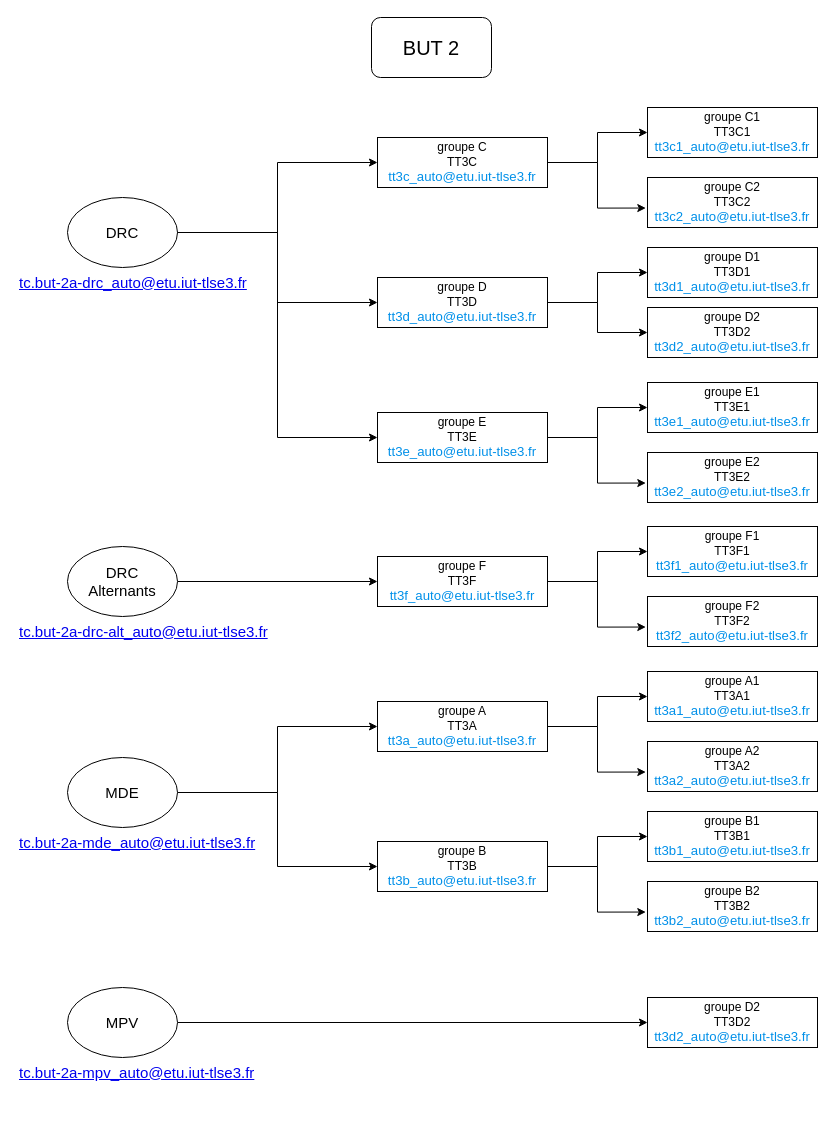
Earlier version of the draw.io diagram BUT2.drawio (gI7DUmmY/diagrams). Source tidied: cells renumbered, new cells numbered last; positions are measured from the earlier drawing's top-left corner, leaving out a move shared by most shapes. Both pictures are drawn from the tidied source at 100%, with x=0, y=0 at pixel (17, 17).
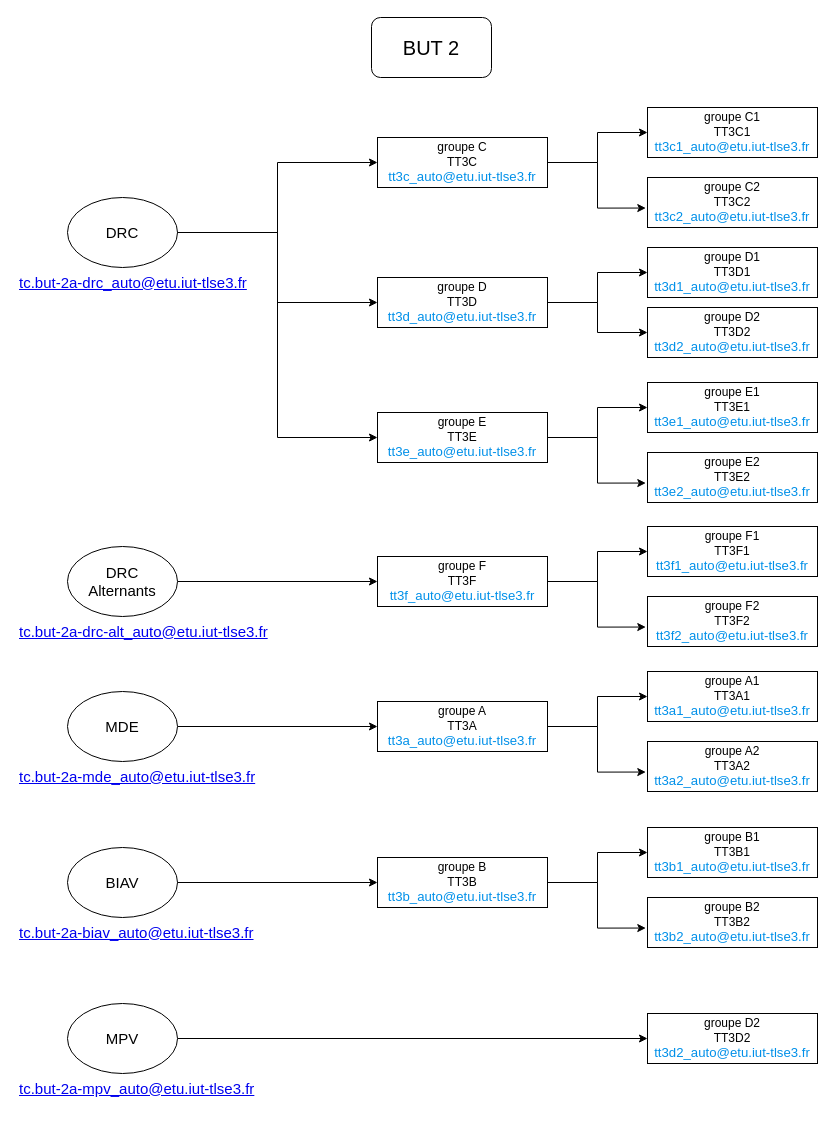
Above is the later version.

Commit message:
Mettre à jour BUT2.drawio

The edit, as a diff of the source:
```diff
@@
-    <mxCell id="9" style="edgeStyle=orthogonalEdgeStyle;rounded=0;jettySize=auto;html=1;exitX=1;exitY=0.5;exitDx=0;exitDy=0;entryX=0;entryY=0.5;entryDx=0;entryDy=0;" parent="1" edge="1" source="10" target="40">
-      <mxGeometry relative="1" as="geometry" />
-    </mxCell>
-    <mxCell id="10" value="MDE" style="ellipse;whiteSpace=wrap;html=1;fontSize=15;" parent="1" vertex="1">
-      <mxGeometry x="50" y="740" width="110" height="70" as="geometry" />
-    </mxCell>
@@
-    <mxCell id="12" value="&lt;a href=&quot;mailto:tc.but-2a-mde_auto@etu.iut-tlse3.fr&quot;&gt;tc.but-2a-mde_auto@etu.iut-tlse3.fr&lt;/a&gt;" style="text;html=1;strokeColor=none;fillColor=none;align=left;verticalAlign=middle;whiteSpace=wrap;rounded=0;fontSize=15;fontColor=#055AB2;" parent="1" vertex="1">
-      <mxGeometry y="810" width="250" height="30" as="geometry" />
-    </mxCell>
@@
     <mxCell id="40" value="groupe B&lt;br style=&quot;border-color: var(--border-color);&quot;&gt;TT3B&lt;br style=&quot;border-color: var(--border-color);&quot;&gt;&lt;a style=&quot;border: 0px; box-sizing: inherit; font-family: Raleway, sans-serif; font-size: 1.1em; background-color: rgb(255, 255, 255); line-height: inherit; color: rgb(0, 144, 233); text-decoration-line: none; cursor: pointer; margin: 0px; padding: 0px; text-size-adjust: 100%; font-variant-numeric: inherit; font-variant-east-asian: inherit; font-variant-alternates: inherit; font-variant-position: inherit; font-stretch: inherit; font-optical-sizing: inherit; font-kerning: inherit; font-feature-settings: inherit; font-variation-settings: inherit; vertical-align: baseline; transition: background-color 300ms ease-out 0s; -webkit-tap-highlight-color: rgba(0, 0, 0, 0); text-align: left;&quot; href=&quot;mailto:tt3b_auto@etu.iut-tlse3.fr&quot;&gt;tt3b_auto@etu.iut-tlse3.fr&lt;/a&gt;" style="rounded=0;whiteSpace=wrap;html=1;fillStyle=hatch;fillColor=none;" parent="1" vertex="1">
-      <mxGeometry x="360" y="824" width="170" height="50" as="geometry" />
+      <mxGeometry x="360" y="840" width="170" height="50" as="geometry" />
     </mxCell>
     <mxCell id="41" value="groupe B1&lt;br style=&quot;border-color: var(--border-color);&quot;&gt;TT3B1&lt;br style=&quot;border-color: var(--border-color);&quot;&gt;&lt;a href=&quot;mailto:tt3b1_auto@etu.iut-tlse3.fr&quot; style=&quot;box-sizing: inherit; font-family: Raleway, sans-serif; font-size: 1.1em; background-color: rgb(255, 255, 255); line-height: inherit; color: rgb(0, 144, 233); text-decoration-line: none; cursor: pointer; margin: 0px; padding: 0px; border: 0px; text-size-adjust: 100%; font-variant-numeric: inherit; font-variant-east-asian: inherit; font-variant-alternates: inherit; font-variant-position: inherit; font-stretch: inherit; font-optical-sizing: inherit; font-kerning: inherit; font-feature-settings: inherit; font-variation-settings: inherit; vertical-align: baseline; transition: background-color 300ms ease-out 0s; -webkit-tap-highlight-color: rgba(0, 0, 0, 0); text-align: left;&quot;&gt;tt3b1_auto@etu.iut-tlse3.fr&lt;/a&gt;" style="rounded=0;whiteSpace=wrap;html=1;" parent="1" vertex="1">
-      <mxGeometry x="630" y="794" width="170" height="50" as="geometry" />
+      <mxGeometry x="630" y="810" width="170" height="50" as="geometry" />
     </mxCell>
     <mxCell id="42" value="groupe B2&lt;br style=&quot;border-color: var(--border-color);&quot;&gt;TT3B2&lt;br style=&quot;border-color: var(--border-color);&quot;&gt;&lt;a style=&quot;box-sizing: inherit; font-family: Raleway, sans-serif; font-size: 1.1em; background-color: rgb(255, 255, 255); line-height: inherit; color: rgb(0, 144, 233); text-decoration-line: none; cursor: pointer; margin: 0px; padding: 0px; border: 0px; text-size-adjust: 100%; font-variant-numeric: inherit; font-variant-east-asian: inherit; font-variant-alternates: inherit; font-variant-position: inherit; font-stretch: inherit; font-optical-sizing: inherit; font-kerning: inherit; font-feature-settings: inherit; font-variation-settings: inherit; vertical-align: baseline; transition: background-color 300ms ease-out 0s; -webkit-tap-highlight-color: rgba(0, 0, 0, 0); text-align: left;&quot; href=&quot;mailto:tt3b2_auto@etu.iut-tlse3.fr&quot;&gt;tt3b2_auto@etu.iut-tlse3.fr&lt;/a&gt;" style="rounded=0;whiteSpace=wrap;html=1;" parent="1" vertex="1">
-      <mxGeometry x="630" y="864" width="170" height="50" as="geometry" />
+      <mxGeometry x="630" y="880" width="170" height="50" as="geometry" />
     </mxCell>
@@
+    <mxCell id="48" value="groupe D2&lt;br style=&quot;border-color: var(--border-color);&quot;&gt;TT3D2&lt;br style=&quot;border-color: var(--border-color);&quot;&gt;&lt;a style=&quot;box-sizing: inherit; font-family: Raleway, sans-serif; font-size: 1.1em; background-color: rgb(255, 255, 255); line-height: inherit; color: rgb(0, 144, 233); text-decoration-line: none; cursor: pointer; margin: 0px; padding: 0px; border: 0px; text-size-adjust: 100%; font-variant-numeric: inherit; font-variant-east-asian: inherit; font-variant-alternates: inherit; font-variant-position: inherit; font-stretch: inherit; font-optical-sizing: inherit; font-kerning: inherit; font-feature-settings: inherit; font-variation-settings: inherit; vertical-align: baseline; transition: background-color 300ms ease-out 0s; -webkit-tap-highlight-color: rgba(0, 0, 0, 0); text-align: left;&quot; href=&quot;mailto:tt3d2_auto@etu.iut-tlse3.fr&quot;&gt;tt3d2_auto@etu.iut-tlse3.fr&lt;/a&gt;" style="rounded=0;whiteSpace=wrap;html=1;fillStyle=hatch;fillColor=none;" parent="1" vertex="1">
+      <mxGeometry x="630" y="290" width="170" height="50" as="geometry" />
+    </mxCell>
+    <mxCell id="49" style="group;" parent="1" vertex="1">
+      <mxGeometry y="986" width="800" height="100" as="geometry" />
+    </mxCell>
-    <mxCell id="44" style="edgeStyle=orthogonalEdgeStyle;rounded=0;jettySize=auto;html=1;exitX=1;exitY=0.5;exitDx=0;exitDy=0;entryX=0;entryY=0.5;entryDx=0;entryDy=0;" parent="1" edge="1" source="45" target="47">
+    <mxCell id="44" style="edgeStyle=orthogonalEdgeStyle;rounded=0;jettySize=auto;html=1;exitX=1;exitY=0.5;exitDx=0;exitDy=0;entryX=0;entryY=0.5;entryDx=0;entryDy=0;" parent="49" edge="1" source="45" target="47">
       <mxGeometry relative="1" as="geometry" />
     </mxCell>
-    <mxCell id="45" value="MPV" style="ellipse;whiteSpace=wrap;html=1;fontSize=15;" parent="1" vertex="1">
-      <mxGeometry x="50" y="970" width="110" height="70" as="geometry" />
+    <mxCell id="45" value="MPV" style="ellipse;whiteSpace=wrap;html=1;fontSize=15;" parent="49" vertex="1">
+      <mxGeometry x="50" width="110" height="70" as="geometry" />
     </mxCell>
-    <mxCell id="46" value="&lt;a href=&quot;mailto:tc.but-2a-mpv_auto@etu.iut-tlse3.fr&quot;&gt;tc.but-2a-mpv_auto@etu.iut-tlse3.fr&lt;/a&gt;" style="text;html=1;strokeColor=none;fillColor=none;align=left;verticalAlign=middle;whiteSpace=wrap;rounded=0;fontSize=15;fontColor=#055AB2;" parent="1" vertex="1">
-      <mxGeometry y="1040" width="260" height="30" as="geometry" />
+    <mxCell id="46" value="&lt;a href=&quot;mailto:tc.but-2a-mpv_auto@etu.iut-tlse3.fr&quot;&gt;tc.but-2a-mpv_auto@etu.iut-tlse3.fr&lt;/a&gt;" style="text;html=1;strokeColor=none;fillColor=none;align=left;verticalAlign=middle;whiteSpace=wrap;rounded=0;fontSize=15;fontColor=#055AB2;" parent="49" vertex="1">
+      <mxGeometry y="70" width="260" height="30" as="geometry" />
     </mxCell>
-    <mxCell id="47" value="groupe D2&lt;br style=&quot;border-color: var(--border-color);&quot;&gt;TT3D2&lt;br style=&quot;border-color: var(--border-color);&quot;&gt;&lt;a href=&quot;mailto:tt3d2_auto@etu.iut-tlse3.fr&quot; style=&quot;box-sizing: inherit; font-family: Raleway, sans-serif; font-size: 1.1em; background-color: rgb(255, 255, 255); line-height: inherit; color: rgb(0, 144, 233); text-decoration-line: none; cursor: pointer; margin: 0px; padding: 0px; border: 0px; text-size-adjust: 100%; font-variant-numeric: inherit; font-variant-east-asian: inherit; font-variant-alternates: inherit; font-variant-position: inherit; font-stretch: inherit; font-optical-sizing: inherit; font-kerning: inherit; font-feature-settings: inherit; font-variation-settings: inherit; vertical-align: baseline; transition: background-color 300ms ease-out 0s; -webkit-tap-highlight-color: rgba(0, 0, 0, 0); text-align: left;&quot;&gt;tt3d2_auto@etu.iut-tlse3.fr&lt;/a&gt;" style="rounded=0;whiteSpace=wrap;html=1;fillStyle=hatch;fillColor=none;" parent="1" vertex="1">
-      <mxGeometry x="630" y="980" width="170" height="50" as="geometry" />
+    <mxCell id="47" value="groupe D2&lt;br style=&quot;border-color: var(--border-color);&quot;&gt;TT3D2&lt;br style=&quot;border-color: var(--border-color);&quot;&gt;&lt;a href=&quot;mailto:tt3d2_auto@etu.iut-tlse3.fr&quot; style=&quot;box-sizing: inherit; font-family: Raleway, sans-serif; font-size: 1.1em; background-color: rgb(255, 255, 255); line-height: inherit; color: rgb(0, 144, 233); text-decoration-line: none; cursor: pointer; margin: 0px; padding: 0px; border: 0px; text-size-adjust: 100%; font-variant-numeric: inherit; font-variant-east-asian: inherit; font-variant-alternates: inherit; font-variant-position: inherit; font-stretch: inherit; font-optical-sizing: inherit; font-kerning: inherit; font-feature-settings: inherit; font-variation-settings: inherit; vertical-align: baseline; transition: background-color 300ms ease-out 0s; -webkit-tap-highlight-color: rgba(0, 0, 0, 0); text-align: left;&quot;&gt;tt3d2_auto@etu.iut-tlse3.fr&lt;/a&gt;" style="rounded=0;whiteSpace=wrap;html=1;fillStyle=hatch;fillColor=none;" parent="49" vertex="1">
+      <mxGeometry x="630" y="10" width="170" height="50" as="geometry" />
     </mxCell>
-    <mxCell id="48" value="groupe D2&lt;br style=&quot;border-color: var(--border-color);&quot;&gt;TT3D2&lt;br style=&quot;border-color: var(--border-color);&quot;&gt;&lt;a style=&quot;box-sizing: inherit; font-family: Raleway, sans-serif; font-size: 1.1em; background-color: rgb(255, 255, 255); line-height: inherit; color: rgb(0, 144, 233); text-decoration-line: none; cursor: pointer; margin: 0px; padding: 0px; border: 0px; text-size-adjust: 100%; font-variant-numeric: inherit; font-variant-east-asian: inherit; font-variant-alternates: inherit; font-variant-position: inherit; font-stretch: inherit; font-optical-sizing: inherit; font-kerning: inherit; font-feature-settings: inherit; font-variation-settings: inherit; vertical-align: baseline; transition: background-color 300ms ease-out 0s; -webkit-tap-highlight-color: rgba(0, 0, 0, 0); text-align: left;&quot; href=&quot;mailto:tt3d2_auto@etu.iut-tlse3.fr&quot;&gt;tt3d2_auto@etu.iut-tlse3.fr&lt;/a&gt;" style="rounded=0;whiteSpace=wrap;html=1;fillStyle=hatch;fillColor=none;" parent="1" vertex="1">
-      <mxGeometry x="630" y="290" width="170" height="50" as="geometry" />
-    </mxCell>
+    <mxCell id="50" style="group;" parent="1" vertex="1">
+      <mxGeometry y="830" width="250" height="100" as="geometry" />
+    </mxCell>
+    <mxCell id="51" value="BIAV" style="ellipse;whiteSpace=wrap;html=1;fontSize=15;" parent="50" vertex="1">
+      <mxGeometry x="50" width="110" height="70" as="geometry" />
+    </mxCell>
+    <mxCell id="52" value="&lt;a href=&quot;mailto:tc.but-2a-biav_auto@etu.iut-tlse3.fr&quot;&gt;tc.but-2a-biav_auto@etu.iut-tlse3.fr&lt;/a&gt;" style="text;html=1;strokeColor=none;fillColor=none;align=left;verticalAlign=middle;whiteSpace=wrap;rounded=0;fontSize=15;fontColor=#055AB2;" parent="50" vertex="1">
+      <mxGeometry y="70" width="250" height="30" as="geometry" />
+    </mxCell>
+    <mxCell id="53" style="edgeStyle=orthogonalEdgeStyle;rounded=0;jettySize=auto;html=1;entryX=0;entryY=0.5;entryDx=0;entryDy=0;" parent="1" edge="1" source="51" target="40">
+      <mxGeometry relative="1" as="geometry" />
+    </mxCell>
+    <mxCell id="54" style="group;" parent="1" vertex="1">
+      <mxGeometry y="674" width="250" height="100" as="geometry" />
+    </mxCell>
+    <mxCell id="10" value="MDE" style="ellipse;whiteSpace=wrap;html=1;fontSize=15;" parent="54" vertex="1">
+      <mxGeometry x="50" width="110" height="70" as="geometry" />
+    </mxCell>
+    <mxCell id="12" value="&lt;a href=&quot;mailto:tc.but-2a-mde_auto@etu.iut-tlse3.fr&quot;&gt;tc.but-2a-mde_auto@etu.iut-tlse3.fr&lt;/a&gt;" style="text;html=1;strokeColor=none;fillColor=none;align=left;verticalAlign=middle;whiteSpace=wrap;rounded=0;fontSize=15;fontColor=#055AB2;" parent="54" vertex="1">
+      <mxGeometry y="70" width="250" height="30" as="geometry" />
+    </mxCell>
```
